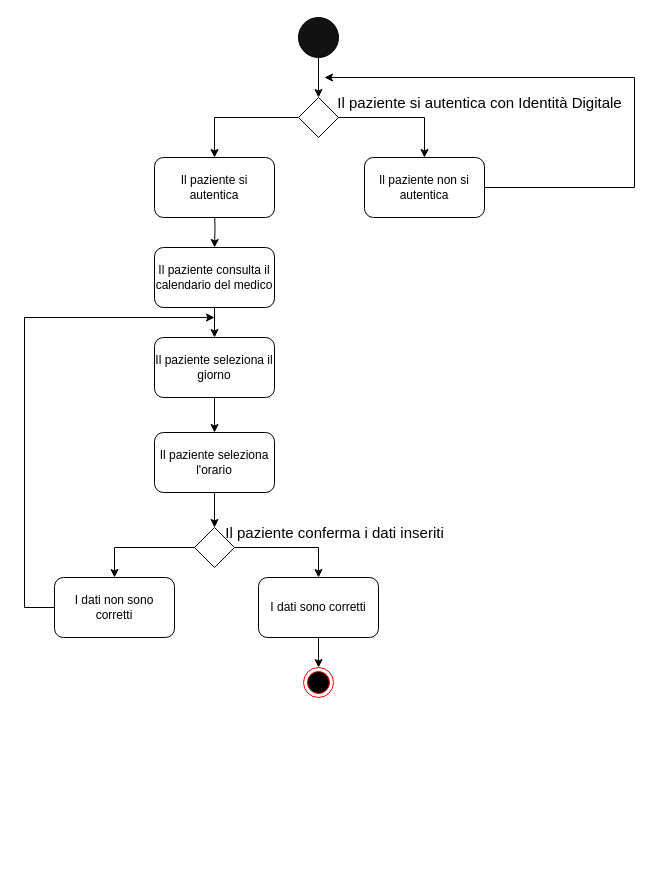
Earlier version of the draw.io diagram page "activity" (2 of 5) of DiagrammiMedSync.drawio (frncscrlnd/MedSync-Sistema-di-Gestione-Appuntamenti-e-Documentazione-Medica). Source tidied: cells renumbered, new cells numbered last; positions are measured from the earlier drawing's top-left corner, leaving out a move shared by most shapes. Both pictures are drawn from the tidied source at 100%, with x=0, y=0 at pixel (24, 17).
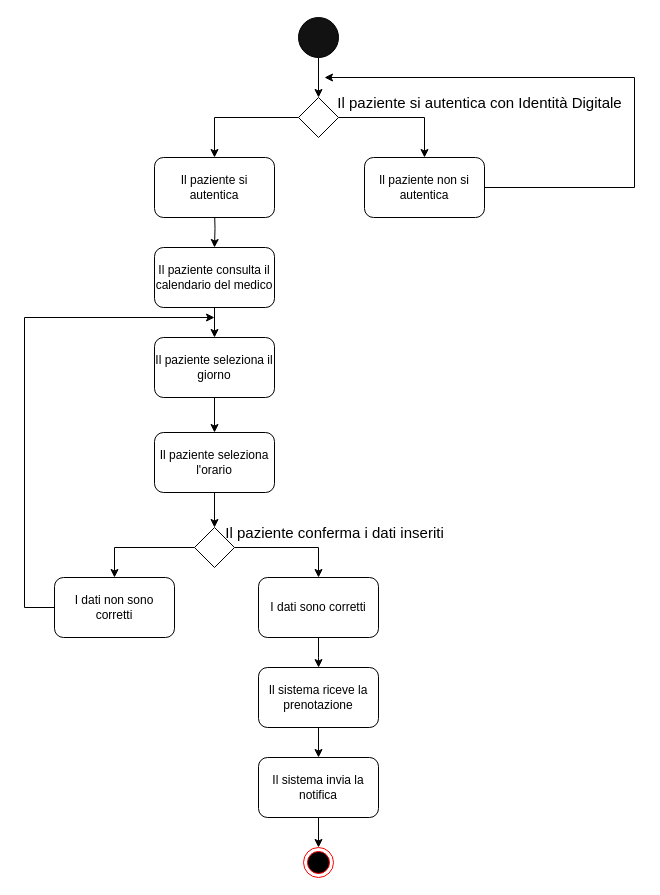
After the change.

Change to the diagram source:
```diff
@@
     <mxCell id="2" style="ellipse;html=1;shape=endState;fillColor=#000000;strokeColor=#ff0000;" parent="1" vertex="1">
-      <mxGeometry x="279" y="650" width="30" height="30" as="geometry" />
+      <mxGeometry x="279" y="830" width="30" height="30" as="geometry" />
     </mxCell>
@@
+    <mxCell id="27" style="edgeStyle=orthogonalEdgeStyle;rounded=0;jettySize=auto;html=1;" parent="1" edge="1" source="28" target="2">
+      <mxGeometry relative="1" as="geometry" />
+    </mxCell>
+    <mxCell id="28" value="Il sistema invia la notifica" style="rounded=1;whiteSpace=wrap;html=1;" parent="1" vertex="1">
+      <mxGeometry x="234" y="740" width="120" height="60" as="geometry" />
+    </mxCell>
+    <mxCell id="29" style="edgeStyle=orthogonalEdgeStyle;rounded=0;jettySize=auto;html=1;" parent="1" edge="1" source="30" target="28">
+      <mxGeometry relative="1" as="geometry" />
+    </mxCell>
+    <mxCell id="30" value="Il sistema riceve la prenotazione" style="rounded=1;whiteSpace=wrap;html=1;" parent="1" vertex="1">
+      <mxGeometry x="234" y="650" width="120" height="60" as="geometry" />
+    </mxCell>
```
